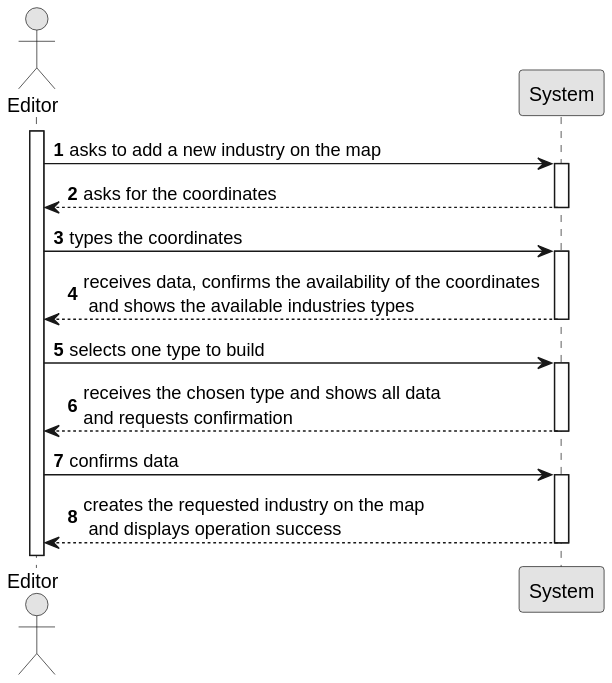
The PlantUML diagram Sprint2/US002/01.requirements-engineering/svg/US002-SSD.svg in 1240935/pi2-railway-simulator, before a commit.
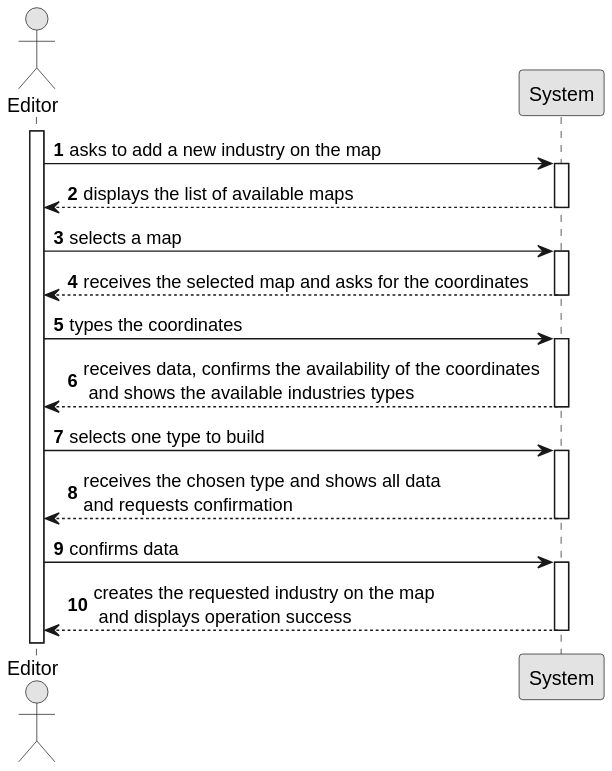
The same file after the commit.

Change to the diagram source:
```diff
@@ -13,7 +13,13 @@
     Employee -> System : asks to add a new industry on the map
     activate System
 
-        System --> Employee : asks for the coordinates
+        System --> Employee : displays the list of available maps
+    deactivate System
+
+    Employee -> System : selects a map
+    activate System
+
+        System --> Employee : receives the selected map and asks for the coordinates
     deactivate System
 
     Employee -> System : types the coordinates
```
